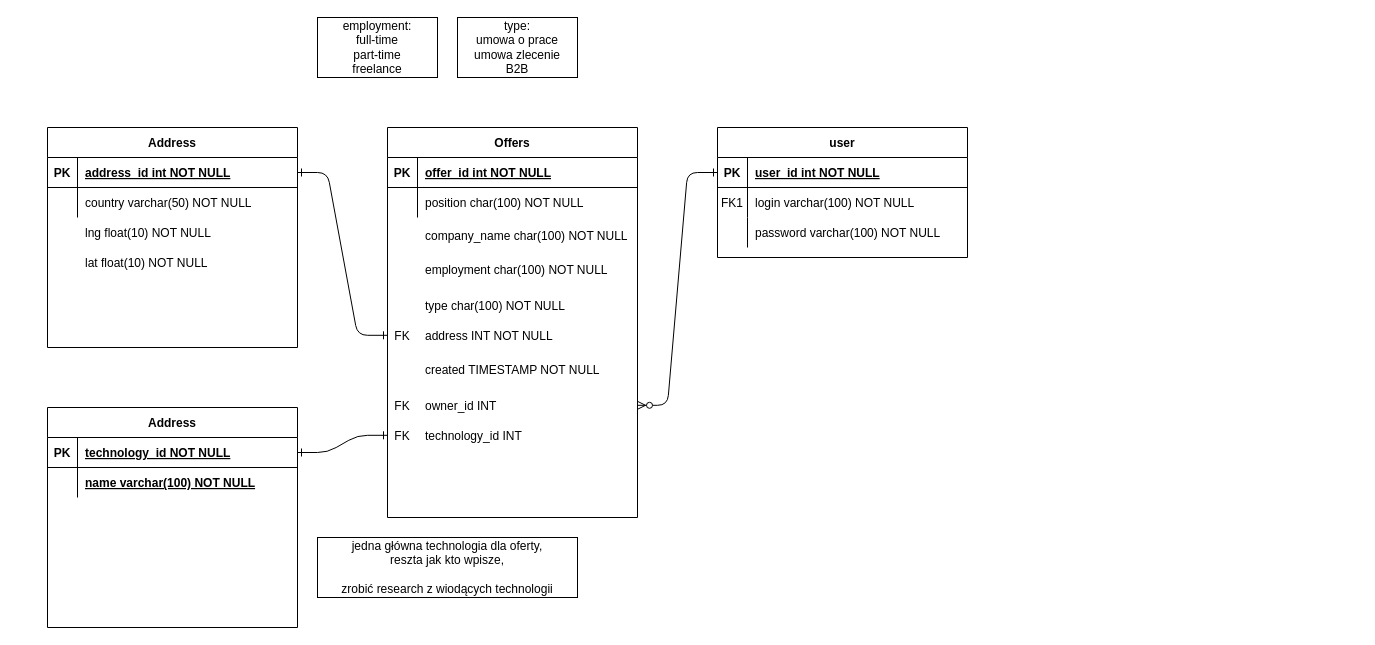
The draw.io diagram schema/db.drawio in Future-Developers-Lab/Skill-Up, before the edit. Source tidied: cells renumbered, new cells numbered last; positions are measured from the earlier drawing's top-left corner, leaving out a move shared by most shapes. Both pictures are drawn from the tidied source at 100%, with x=0, y=0 at pixel (47, 17).
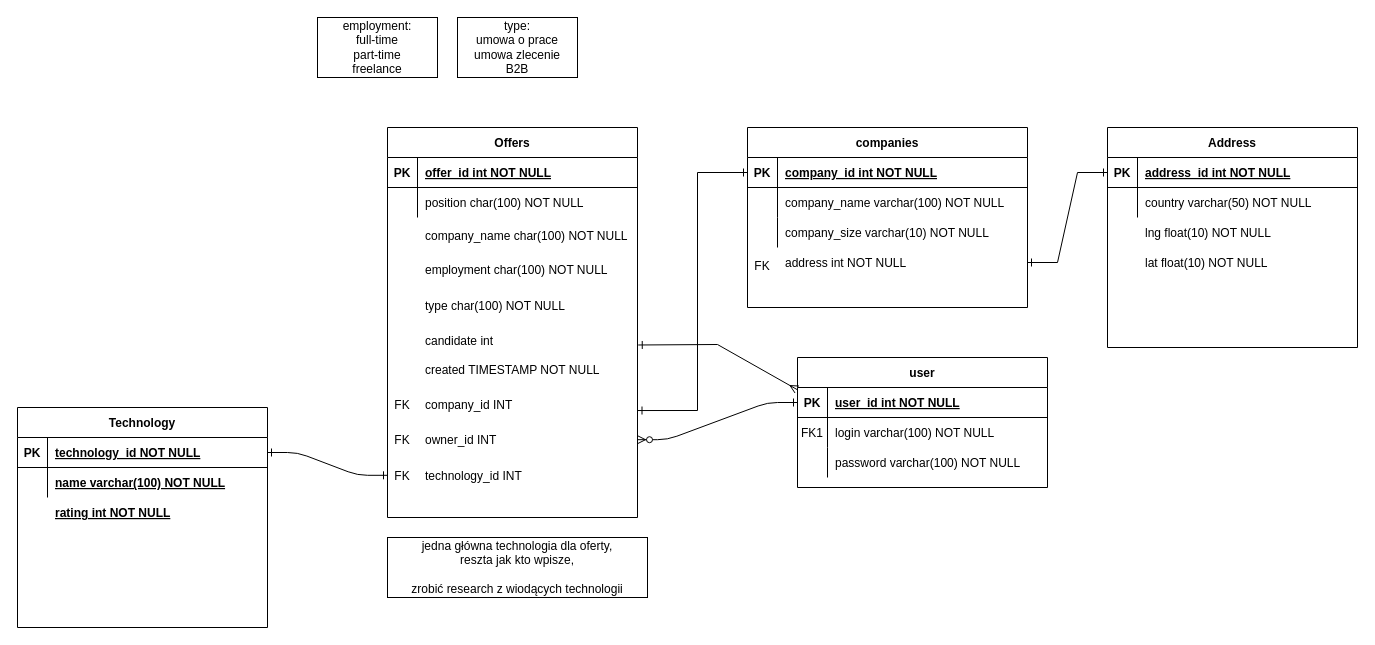
The same page after the edit.

Unchanged cells that the change refers to:
```xml
<mxCell id="4" style="shape=partialRectangle;fillColor=none;points=[[0,0.5],[1,0.5]];portConstraint=eastwest;top=0;left=0;right=0;bottom=1;" parent="3" vertex="1">
  <mxGeometry y="30" width="250" height="30" as="geometry" />
</mxCell>
<mxCell id="17" style="shape=partialRectangle;fillColor=none;points=[[0,0.5],[1,0.5]];portConstraint=eastwest;top=0;left=0;right=0;bottom=1;" parent="16" vertex="1">
  <mxGeometry y="30" width="250" height="30" as="geometry" />
</mxCell>
<mxCell id="34" style="group;" parent="33" vertex="1">
  <mxGeometry width="250" height="390" as="geometry" />
</mxCell>
```

What changed in the source:
```diff
@@
     <mxCell id="3" value="user" style="shape=table;startSize=30;childLayout=tableLayout;rowLines=0;fontStyle=1;align=center;" parent="1" vertex="1">
-      <mxGeometry x="670" y="110" width="250" height="130" as="geometry" />
+      <mxGeometry x="750" y="340" width="250" height="130" as="geometry" />
     </mxCell>
@@
     <mxCell id="15" style="group;" parent="1" vertex="1">
-      <mxGeometry y="110" width="250" height="220" as="geometry" />
+      <mxGeometry x="1060" y="110" width="250" height="220" as="geometry" />
     </mxCell>
@@
-    <mxCell id="32" style="edgeStyle=entityRelationEdgeStyle;endArrow=ERone;startArrow=ERone;endFill=0;startFill=0;entryX=1;entryY=0.5;entryDx=0;entryDy=0;" parent="1" edge="1" source="52" target="17">
+    <mxCell id="32" style="edgeStyle=entityRelationEdgeStyle;endArrow=ERone;startArrow=ERone;endFill=0;startFill=0;rounded=0;exitX=1;exitY=0.75;exitDx=0;exitDy=0;" parent="1" edge="1" source="83" target="17">
       <mxGeometry relative="1" as="geometry" />
     </mxCell>
@@
-    <mxCell id="51" value="address INT NOT NULL" style="shape=partialRectangle;overflow=hidden;fillColor=none;top=0;left=0;bottom=0;right=0;align=left;spacingLeft=6;" parent="34" vertex="1">
-      <mxGeometry x="30" y="190" width="220" height="35.6" as="geometry" />
-    </mxCell>
-    <mxCell id="52" style="shape=partialRectangle;fillColor=none;points=[[0,0.5],[1,0.5]];portConstraint=eastwest;top=0;left=0;right=0;bottom=0;" parent="34" vertex="1">
-      <mxGeometry y="190" width="250" height="35.6" as="geometry" />
-    </mxCell>
-    <mxCell id="53" value="FK" style="shape=partialRectangle;overflow=hidden;fillColor=none;top=0;left=0;bottom=0;right=0;" parent="52" vertex="1">
-      <mxGeometry width="30" height="35.6" as="geometry" />
-    </mxCell>
     <mxCell id="54" style="shape=partialRectangle;fillColor=none;points=[[0,0.5],[1,0.5]];portConstraint=eastwest;top=0;left=0;right=0;bottom=0;" parent="34" vertex="1">
-      <mxGeometry y="260" width="250" height="35.6" as="geometry" />
+      <mxGeometry y="294.4" width="250" height="35.6" as="geometry" />
     </mxCell>
@@
     <mxCell id="57" style="shape=partialRectangle;fillColor=none;points=[[0,0.5],[1,0.5]];portConstraint=eastwest;top=0;left=0;right=0;bottom=0;" parent="34" vertex="1">
-      <mxGeometry y="290" width="250" height="35.6" as="geometry" />
+      <mxGeometry y="330" width="250" height="35.6" as="geometry" />
     </mxCell>
@@
+    <mxCell id="77" style="shape=partialRectangle;fillColor=none;points=[[0,0.5],[1,0.5]];portConstraint=eastwest;top=0;left=0;right=0;bottom=0;" parent="34" vertex="1">
+      <mxGeometry y="258.9" width="250" height="35.6" as="geometry" />
+    </mxCell>
+    <mxCell id="78" value="FK" style="shape=partialRectangle;overflow=hidden;fillColor=none;top=0;left=0;bottom=0;right=0;" parent="77" vertex="1">
+      <mxGeometry width="30" height="35.6" as="geometry" />
+    </mxCell>
+    <mxCell id="79" value="company_id INT" style="shape=partialRectangle;overflow=hidden;fillColor=none;top=0;left=0;bottom=0;right=0;align=left;spacingLeft=6;" parent="77" vertex="1">
+      <mxGeometry x="30" width="220" height="35.6" as="geometry" />
+    </mxCell>
+    <mxCell id="80" style="shape=partialRectangle;fillColor=none;points=[[0,0.5],[1,0.5]];portConstraint=eastwest;top=0;left=0;right=0;bottom=0;" parent="34" vertex="1">
+      <mxGeometry y="195.6" width="250" height="35.6" as="geometry" />
+    </mxCell>
+    <mxCell id="81" style="shape=partialRectangle;overflow=hidden;fillColor=none;top=0;left=0;bottom=0;right=0;" parent="80" vertex="1">
+      <mxGeometry width="30" height="35.6" as="geometry" />
+    </mxCell>
+    <mxCell id="82" value="candidate int " style="shape=partialRectangle;overflow=hidden;fillColor=none;top=0;left=0;bottom=0;right=0;align=left;spacingLeft=6;" parent="80" vertex="1">
+      <mxGeometry x="30" width="220" height="35.6" as="geometry" />
+    </mxCell>
@@
     <mxCell id="63" style="shape=partialRectangle;fillColor=none;top=0;left=0;right=0;bottom=0;" parent="1" vertex="1">
-      <mxGeometry y="200" width="250" height="30" as="geometry" />
+      <mxGeometry x="1060" y="200" width="250" height="30" as="geometry" />
     </mxCell>
@@
     <mxCell id="66" value="lat float(10) NOT NULL" style="shape=partialRectangle;overflow=hidden;fillColor=none;top=0;left=0;bottom=0;right=0;align=left;spacingLeft=6;" parent="1" vertex="1">
-      <mxGeometry x="30" y="230" width="220" height="30" as="geometry" />
+      <mxGeometry x="1090" y="230" width="220" height="30" as="geometry" />
     </mxCell>
-    <mxCell id="67" value="Address" style="shape=table;startSize=30;childLayout=tableLayout;rowLines=0;fontStyle=1;align=center;" parent="1" vertex="1">
-      <mxGeometry y="390" width="250" height="220" as="geometry" />
+    <mxCell id="67" value="Technology" style="shape=table;startSize=30;childLayout=tableLayout;rowLines=0;fontStyle=1;align=center;" parent="1" vertex="1">
+      <mxGeometry x="-30" y="390" width="250" height="220" as="geometry" />
     </mxCell>
@@
     <mxCell id="75" value="jedna główna technologia dla oferty,&lt;br&gt;reszta jak kto wpisze,&lt;br&gt;&lt;br&gt;zrobić research z wiodących technologii" style="rounded=0;whiteSpace=wrap;html=1;" parent="1" vertex="1">
-      <mxGeometry x="270" y="520" width="260" height="60" as="geometry" />
+      <mxGeometry x="340" y="520" width="260" height="60" as="geometry" />
     </mxCell>
     <mxCell id="76" value="name varchar(100) NOT NULL " style="shape=partialRectangle;overflow=hidden;fillColor=none;top=0;left=0;bottom=0;right=0;align=left;spacingLeft=6;fontStyle=5;" parent="1" vertex="1">
-      <mxGeometry x="30" y="450" width="220" height="30" as="geometry" />
+      <mxGeometry y="450" width="220" height="30" as="geometry" />
     </mxCell>
+    <mxCell id="83" value="companies" style="shape=table;startSize=30;childLayout=tableLayout;rowLines=0;fontStyle=1;align=center;" parent="1" vertex="1">
+      <mxGeometry x="700" y="110" width="280" height="180" as="geometry" />
+    </mxCell>
+    <mxCell id="84" style="shape=partialRectangle;fillColor=none;points=[[0,0.5],[1,0.5]];portConstraint=eastwest;top=0;left=0;right=0;bottom=1;" parent="83" vertex="1">
+      <mxGeometry y="30" width="280" height="30" as="geometry" />
+    </mxCell>
+    <mxCell id="85" value="PK" style="shape=partialRectangle;overflow=hidden;fillColor=none;top=0;left=0;bottom=0;right=0;fontStyle=1;" parent="84" vertex="1">
+      <mxGeometry width="30" height="30" as="geometry" />
+    </mxCell>
+    <mxCell id="86" value="company_id int NOT NULL " style="shape=partialRectangle;overflow=hidden;fillColor=none;top=0;left=0;bottom=0;right=0;align=left;spacingLeft=6;fontStyle=5;" parent="84" vertex="1">
+      <mxGeometry x="30" width="250" height="30" as="geometry" />
+    </mxCell>
+    <mxCell id="87" style="shape=partialRectangle;fillColor=none;top=0;left=0;right=0;bottom=0;" parent="83" vertex="1">
+      <mxGeometry y="60" width="280" height="30" as="geometry" />
+    </mxCell>
+    <mxCell id="88" style="shape=partialRectangle;overflow=hidden;fillColor=none;top=0;left=0;bottom=0;right=0;" parent="87" vertex="1">
+      <mxGeometry width="30" height="30" as="geometry" />
+    </mxCell>
+    <mxCell id="89" value="company_name varchar(100) NOT NULL" style="shape=partialRectangle;overflow=hidden;fillColor=none;top=0;left=0;bottom=0;right=0;align=left;spacingLeft=6;" parent="87" vertex="1">
+      <mxGeometry x="30" width="250" height="30" as="geometry" />
+    </mxCell>
+    <mxCell id="90" style="shape=partialRectangle;fillColor=none;top=0;left=0;right=0;bottom=0;" parent="83" vertex="1">
+      <mxGeometry y="90" width="280" height="30" as="geometry" />
+    </mxCell>
+    <mxCell id="91" style="shape=partialRectangle;overflow=hidden;fillColor=none;top=0;left=0;bottom=0;right=0;" parent="90" vertex="1">
+      <mxGeometry width="30" height="30" as="geometry" />
+    </mxCell>
+    <mxCell id="92" value="company_size varchar(10) NOT NULL" style="shape=partialRectangle;overflow=hidden;fillColor=none;top=0;left=0;bottom=0;right=0;align=left;spacingLeft=6;" parent="90" vertex="1">
+      <mxGeometry x="30" width="250" height="30" as="geometry" />
+    </mxCell>
+    <mxCell id="93" style="edgeStyle=none;rounded=0;jettySize=auto;html=1;endArrow=ERone;sourcePerimeterSpacing=8;targetPerimeterSpacing=8;exitX=0;exitY=0.5;exitDx=0;exitDy=0;entryX=1.002;entryY=0.678;entryDx=0;entryDy=0;entryPerimeter=0;endFill=0;startArrow=ERone;startFill=0;" parent="1" edge="1" source="84" target="77">
+      <mxGeometry relative="1" as="geometry">
+        <Array as="points">
+          <mxPoint x="650" y="155" />
+          <mxPoint x="650" y="393" />
+        </Array>
+      </mxGeometry>
+    </mxCell>
+    <mxCell id="52" style="shape=partialRectangle;fillColor=none;points=[[0,0.5],[1,0.5]];portConstraint=eastwest;top=0;left=0;right=0;bottom=0;" parent="1" vertex="1">
+      <mxGeometry x="700" y="230" width="250" height="35.6" as="geometry" />
+    </mxCell>
+    <mxCell id="53" value="FK" style="shape=partialRectangle;overflow=hidden;fillColor=none;top=0;left=0;bottom=0;right=0;" parent="52" vertex="1">
+      <mxGeometry width="30" height="35.6" as="geometry" />
+    </mxCell>
+    <mxCell id="94" style="shape=partialRectangle;fillColor=none;top=0;left=0;right=0;bottom=0;" parent="1" vertex="1">
+      <mxGeometry x="700" y="230" width="280" height="30" as="geometry" />
+    </mxCell>
+    <mxCell id="95" style="shape=partialRectangle;overflow=hidden;fillColor=none;top=0;left=0;bottom=0;right=0;" parent="94" vertex="1">
+      <mxGeometry width="30" height="30" as="geometry" />
+    </mxCell>
+    <mxCell id="96" value="address int NOT NULL" style="shape=partialRectangle;overflow=hidden;fillColor=none;top=0;left=0;bottom=0;right=0;align=left;spacingLeft=6;" parent="94" vertex="1">
+      <mxGeometry x="30" width="250" height="30" as="geometry" />
+    </mxCell>
+    <mxCell id="97" value="rating int NOT NULL " style="shape=partialRectangle;overflow=hidden;fillColor=none;top=0;left=0;bottom=0;right=0;align=left;spacingLeft=6;fontStyle=5;" parent="1" vertex="1">
+      <mxGeometry y="480" width="220" height="30" as="geometry" />
+    </mxCell>
+    <mxCell id="98" style="edgeStyle=none;rounded=0;jettySize=auto;html=1;entryX=-0.002;entryY=0.067;entryDx=0;entryDy=0;startArrow=ERone;startFill=0;endArrow=ERmany;endFill=0;sourcePerimeterSpacing=8;targetPerimeterSpacing=8;exitX=1.003;exitY=0.615;exitDx=0;exitDy=0;exitPerimeter=0;entryPerimeter=0;" parent="1" edge="1" source="80" target="4">
+      <mxGeometry relative="1" as="geometry">
+        <Array as="points">
+          <mxPoint x="670" y="327" />
+        </Array>
+      </mxGeometry>
+    </mxCell>
```
